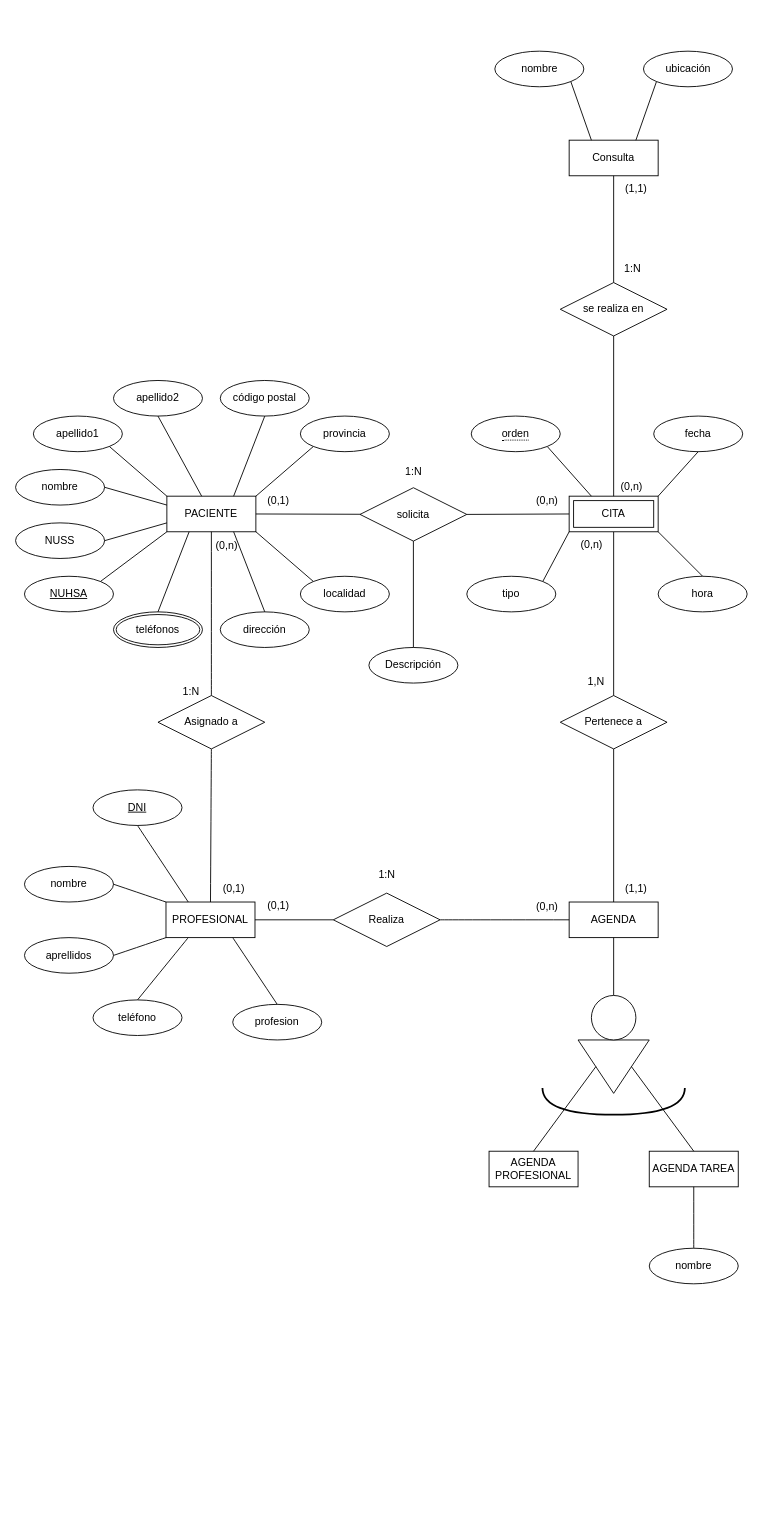
The draw.io diagram CitasAP_ER2.drawio in mariopr25/CitasAP-ER, before the edit. Source tidied: cells renumbered, new cells numbered last; positions are measured from the earlier drawing's top-left corner, leaving out a move shared by most shapes. Both pictures are drawn from the tidied source at 89%, with x=0, y=0 at pixel (15, 51).
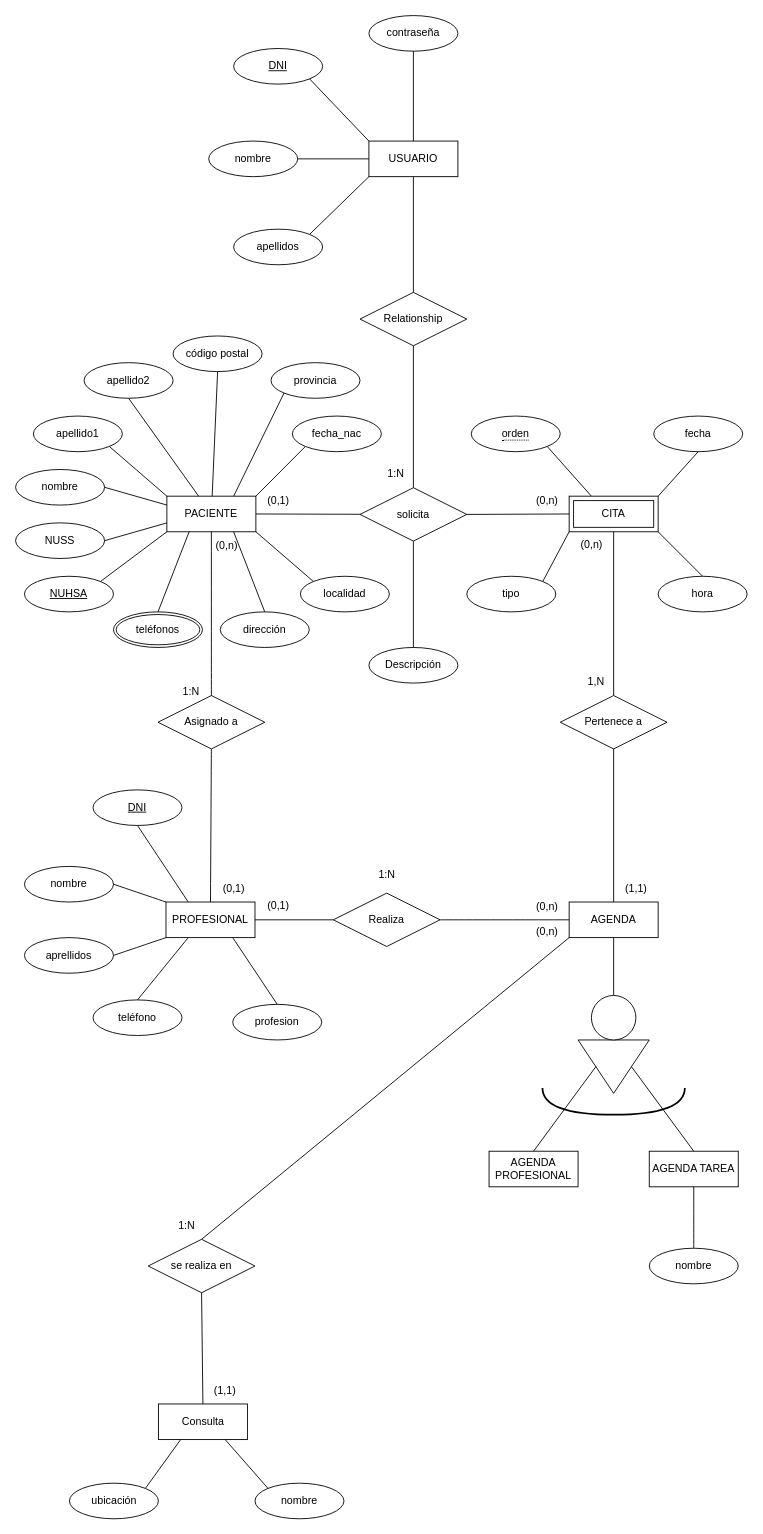
After the change.

Commit message:
Añadido Usuario y movida consulta a Agenda

The change refers to these unchanged cells:
```xml
<mxCell id="2" value="PACIENTE" style="whiteSpace=wrap;html=1;align=center;" parent="1" vertex="1">
  <mxGeometry x="170" y="500" width="100" height="40" as="geometry" />
</mxCell>
<mxCell id="3" value="&lt;div&gt;solicita&lt;/div&gt;" style="shape=rhombus;perimeter=rhombusPerimeter;whiteSpace=wrap;html=1;align=center;" parent="1" vertex="1">
  <mxGeometry x="387" y="490.5" width="120" height="60" as="geometry" />
</mxCell>
<mxCell id="36" value="CITA" style="shape=ext;margin=3;double=1;whiteSpace=wrap;html=1;align=center;" parent="1" vertex="1">
  <mxGeometry x="622" y="500" width="100" height="40" as="geometry" />
</mxCell>
<mxCell id="37" value="&lt;div&gt;AGENDA&lt;/div&gt;" style="whiteSpace=wrap;html=1;align=center;" parent="1" vertex="1">
  <mxGeometry x="622" y="956" width="100" height="40" as="geometry" />
</mxCell>
```

The edit, as a diff of the source:
```diff
@@
     <mxCell id="10" value="1:N" style="text;html=1;align=center;verticalAlign=middle;strokeColor=none;fillColor=none;" parent="1" vertex="1">
-      <mxGeometry x="427" y="457.5" width="40" height="30" as="geometry" />
+      <mxGeometry x="407" y="460" width="40" height="30" as="geometry" />
     </mxCell>
@@
     <mxCell id="20" value="&lt;div&gt;apellido2&lt;/div&gt;" style="ellipse;whiteSpace=wrap;html=1;align=center;" parent="1" vertex="1">
-      <mxGeometry x="110" y="370" width="100" height="40" as="geometry" />
+      <mxGeometry x="77" y="350" width="100" height="40" as="geometry" />
     </mxCell>
@@
     <mxCell id="27" value="código postal" style="ellipse;whiteSpace=wrap;html=1;align=center;" parent="1" vertex="1">
-      <mxGeometry x="230" y="370" width="100" height="40" as="geometry" />
+      <mxGeometry x="177" y="320" width="100" height="40" as="geometry" />
     </mxCell>
@@
     <mxCell id="29" value="provincia" style="ellipse;whiteSpace=wrap;html=1;align=center;" parent="1" vertex="1">
-      <mxGeometry x="320" y="410" width="100" height="40" as="geometry" />
+      <mxGeometry x="287" y="350" width="100" height="40" as="geometry" />
     </mxCell>
-    <mxCell id="30" style="endArrow=none;html=1;rounded=0;exitX=0.75;exitY=0;exitDx=0;exitDy=0;entryX=0.5;entryY=1;entryDx=0;entryDy=0;" parent="1" edge="1" source="2" target="27">
+    <mxCell id="30" style="endArrow=none;html=1;rounded=0;entryX=0.5;entryY=1;entryDx=0;entryDy=0;" parent="1" edge="1" source="2" target="27">
       <mxGeometry relative="1" as="geometry" />
     </mxCell>
-    <mxCell id="31" style="endArrow=none;html=1;rounded=0;entryX=0;entryY=1;entryDx=0;entryDy=0;" parent="1" edge="1" target="29">
-      <mxGeometry relative="1" as="geometry">
-        <mxPoint x="270" y="500" as="sourcePoint" />
-      </mxGeometry>
+    <mxCell id="31" style="endArrow=none;html=1;rounded=0;entryX=0;entryY=1;entryDx=0;entryDy=0;exitX=0.75;exitY=0;exitDx=0;exitDy=0;" parent="1" edge="1" source="2" target="29">
+      <mxGeometry relative="1" as="geometry" />
     </mxCell>
@@
-    <mxCell id="80" value="&lt;div&gt;Consulta&lt;/div&gt;" style="whiteSpace=wrap;html=1;align=center;" parent="1" vertex="1">
-      <mxGeometry x="622" y="100" width="100" height="40" as="geometry" />
+    <mxCell id="80" value="&lt;div&gt;Consulta&lt;/div&gt;" style="whiteSpace=wrap;html=1;align=center;direction=west;" parent="1" vertex="1">
+      <mxGeometry x="160.5" y="1520" width="100" height="40" as="geometry" />
     </mxCell>
-    <mxCell id="81" value="&lt;div&gt;nombre&lt;/div&gt;" style="ellipse;whiteSpace=wrap;html=1;align=center;" parent="1" vertex="1">
-      <mxGeometry x="538.5" width="100" height="40" as="geometry" />
+    <mxCell id="81" value="&lt;div&gt;nombre&lt;/div&gt;" style="ellipse;whiteSpace=wrap;html=1;align=center;direction=west;" parent="1" vertex="1">
+      <mxGeometry x="269" y="1609" width="100" height="40" as="geometry" />
     </mxCell>
-    <mxCell id="82" value="ubicación" style="ellipse;whiteSpace=wrap;html=1;align=center;" parent="1" vertex="1">
-      <mxGeometry x="705.5" width="100" height="40" as="geometry" />
+    <mxCell id="82" value="ubicación" style="ellipse;whiteSpace=wrap;html=1;align=center;direction=west;" parent="1" vertex="1">
+      <mxGeometry x="60.5" y="1609" width="100" height="40" as="geometry" />
     </mxCell>
@@
-    <mxCell id="85" value="se realiza en" style="shape=rhombus;perimeter=rhombusPerimeter;whiteSpace=wrap;html=1;align=center;" parent="1" vertex="1">
-      <mxGeometry x="612" y="260" width="120" height="60" as="geometry" />
+    <mxCell id="85" value="se realiza en" style="shape=rhombus;perimeter=rhombusPerimeter;whiteSpace=wrap;html=1;align=center;direction=west;" parent="1" vertex="1">
+      <mxGeometry x="149" y="1335" width="120" height="60" as="geometry" />
     </mxCell>
-    <mxCell id="86" style="endArrow=none;html=1;rounded=0;entryX=0.5;entryY=1;entryDx=0;entryDy=0;exitX=0.5;exitY=0;exitDx=0;exitDy=0;" parent="1" edge="1" source="36" target="85">
+    <mxCell id="86" style="endArrow=none;html=1;rounded=0;exitX=0;exitY=1;exitDx=0;exitDy=0;entryX=0.5;entryY=1;entryDx=0;entryDy=0;" parent="1" edge="1" source="37" target="85">
       <mxGeometry relative="1" as="geometry" />
     </mxCell>
-    <mxCell id="87" style="endArrow=none;html=1;rounded=0;entryX=0.5;entryY=1;entryDx=0;entryDy=0;" parent="1" edge="1" source="85" target="80">
+    <mxCell id="87" style="endArrow=none;html=1;rounded=0;exitX=0.5;exitY=0;exitDx=0;exitDy=0;entryX=0.5;entryY=1;entryDx=0;entryDy=0;" parent="1" edge="1" source="85" target="80">
       <mxGeometry relative="1" as="geometry" />
     </mxCell>
     <mxCell id="88" value="(0,n)" style="text;html=1;align=center;verticalAlign=middle;strokeColor=none;fillColor=none;" parent="1" vertex="1">
-      <mxGeometry x="667" y="475" width="50" height="30" as="geometry" />
+      <mxGeometry x="572" y="975" width="50" height="30" as="geometry" />
     </mxCell>
     <mxCell id="89" value="(1,1)" style="text;html=1;align=center;verticalAlign=middle;strokeColor=none;fillColor=none;" parent="1" vertex="1">
-      <mxGeometry x="672" y="140" width="50" height="30" as="geometry" />
+      <mxGeometry x="210" y="1490" width="50" height="30" as="geometry" />
     </mxCell>
     <mxCell id="90" value="1:N" style="text;html=1;align=center;verticalAlign=middle;strokeColor=none;fillColor=none;" parent="1" vertex="1">
-      <mxGeometry x="673" y="230" width="40" height="30" as="geometry" />
+      <mxGeometry x="172" y="1305" width="40" height="30" as="geometry" />
     </mxCell>
+    <mxCell id="91" value="Relationship" style="shape=rhombus;perimeter=rhombusPerimeter;whiteSpace=wrap;html=1;align=center;" parent="1" vertex="1">
+      <mxGeometry x="387" y="271" width="120" height="60" as="geometry" />
+    </mxCell>
+    <mxCell id="92" value="USUARIO" style="whiteSpace=wrap;html=1;align=center;" parent="1" vertex="1">
+      <mxGeometry x="397" y="101" width="100" height="40" as="geometry" />
+    </mxCell>
+    <mxCell id="93" style="endArrow=none;html=1;rounded=0;exitX=0.5;exitY=1;exitDx=0;exitDy=0;entryX=0.5;entryY=0;entryDx=0;entryDy=0;" parent="1" edge="1" source="92" target="91">
+      <mxGeometry relative="1" as="geometry" />
+    </mxCell>
+    <mxCell id="94" style="endArrow=none;html=1;rounded=0;exitX=0.5;exitY=1;exitDx=0;exitDy=0;entryX=0.5;entryY=0;entryDx=0;entryDy=0;" parent="1" edge="1" source="91" target="3">
+      <mxGeometry relative="1" as="geometry" />
+    </mxCell>
+    <mxCell id="95" value="&lt;div&gt;nombre&lt;/div&gt;" style="ellipse;whiteSpace=wrap;html=1;align=center;" parent="1" vertex="1">
+      <mxGeometry x="217" y="101" width="100" height="40" as="geometry" />
+    </mxCell>
+    <mxCell id="96" value="apellidos" style="ellipse;whiteSpace=wrap;html=1;align=center;" parent="1" vertex="1">
+      <mxGeometry x="245" y="200" width="100" height="40" as="geometry" />
+    </mxCell>
+    <mxCell id="97" value="&lt;u&gt;DNI&lt;/u&gt;" style="ellipse;whiteSpace=wrap;html=1;align=center;" parent="1" vertex="1">
+      <mxGeometry x="245" y="-3" width="100" height="40" as="geometry" />
+    </mxCell>
+    <mxCell id="98" value="contraseña" style="ellipse;whiteSpace=wrap;html=1;align=center;" parent="1" vertex="1">
+      <mxGeometry x="397" y="-40" width="100" height="40" as="geometry" />
+    </mxCell>
+    <mxCell id="99" style="endArrow=none;html=1;rounded=0;exitX=1;exitY=1;exitDx=0;exitDy=0;entryX=0;entryY=0;entryDx=0;entryDy=0;" parent="1" edge="1" source="97" target="92">
+      <mxGeometry relative="1" as="geometry" />
+    </mxCell>
+    <mxCell id="100" style="endArrow=none;html=1;rounded=0;exitX=1;exitY=0;exitDx=0;exitDy=0;entryX=0;entryY=1;entryDx=0;entryDy=0;" parent="1" edge="1" source="96" target="92">
+      <mxGeometry relative="1" as="geometry" />
+    </mxCell>
+    <mxCell id="101" style="endArrow=none;html=1;rounded=0;exitX=1;exitY=0.5;exitDx=0;exitDy=0;entryX=0;entryY=0.5;entryDx=0;entryDy=0;" parent="1" edge="1" source="95" target="92">
+      <mxGeometry relative="1" as="geometry" />
+    </mxCell>
+    <mxCell id="102" value="fecha_nac" style="ellipse;whiteSpace=wrap;html=1;align=center;" parent="1" vertex="1">
+      <mxGeometry x="311" y="410" width="100" height="40" as="geometry" />
+    </mxCell>
+    <mxCell id="103" style="endArrow=none;html=1;rounded=0;exitX=0;exitY=1;exitDx=0;exitDy=0;entryX=1;entryY=0;entryDx=0;entryDy=0;" parent="1" edge="1" source="102" target="2">
+      <mxGeometry relative="1" as="geometry" />
+    </mxCell>
+    <mxCell id="104" style="endArrow=none;html=1;rounded=0;exitX=0.5;exitY=1;exitDx=0;exitDy=0;entryX=0.5;entryY=0;entryDx=0;entryDy=0;" parent="1" edge="1" source="98" target="92">
+      <mxGeometry relative="1" as="geometry" />
+    </mxCell>
```
